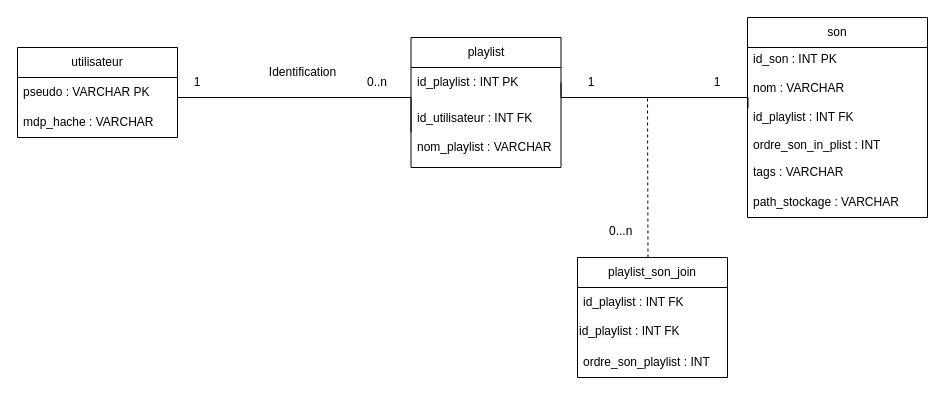
Above: doc/modelisation/DiagrammeBDD_final.drawio.xml in PepitoTSO/Projet-INFO-ENSAI-2A-Gr14 (draw.io), before the change. Source tidied: cells renumbered, new cells numbered last; positions are measured from the earlier drawing's top-left corner, leaving out a move shared by most shapes. Both pictures are drawn from the tidied source at 100%, with x=0, y=0 at pixel (17, 17).
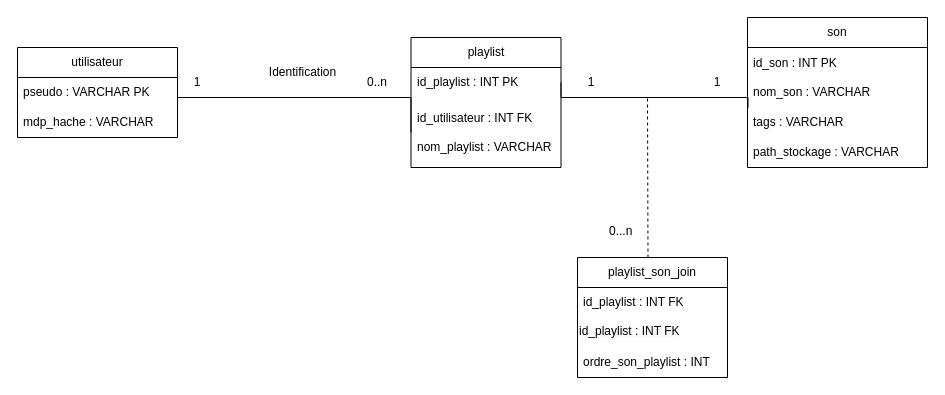
The same diagram, later.

Change to the diagram source:
```diff
@@
     <mxCell id="8" value="son" style="swimlane;fontStyle=0;horizontal=1;startSize=30;whiteSpace=wrap;html=1;" parent="1" vertex="1">
-      <mxGeometry x="730" width="180" height="200" as="geometry" />
+      <mxGeometry x="730" width="180" height="150" as="geometry" />
     </mxCell>
-    <mxCell id="9" value="id_son : INT PK&lt;div&gt;&lt;br&gt;&lt;/div&gt;&lt;div&gt;nom : VARCHAR&lt;/div&gt;&lt;div&gt;&lt;br&gt;&lt;/div&gt;&lt;div&gt;id_playlist : INT FK&lt;br&gt;&lt;br&gt;ordre_son_in_plist : INT&lt;br&gt;&lt;/div&gt;" style="text;strokeColor=none;fillColor=none;align=left;verticalAlign=middle;spacingLeft=4;spacingRight=4;overflow=hidden;whiteSpace=wrap;html=1;" parent="8" vertex="1">
-      <mxGeometry y="30" width="180" height="110" as="geometry" />
+    <mxCell id="9" value="id_son : INT PK&lt;div&gt;&lt;br&gt;&lt;/div&gt;&lt;div&gt;nom_son : VARCHAR&lt;/div&gt;" style="text;strokeColor=none;fillColor=none;align=left;verticalAlign=middle;spacingLeft=4;spacingRight=4;overflow=hidden;whiteSpace=wrap;html=1;" parent="8" vertex="1">
+      <mxGeometry y="30" width="180" height="60" as="geometry" />
     </mxCell>
     <mxCell id="10" value="tags : VARCHAR" style="text;strokeColor=none;fillColor=none;align=left;verticalAlign=middle;spacingLeft=4;spacingRight=4;overflow=hidden;whiteSpace=wrap;html=1;" parent="8" vertex="1">
-      <mxGeometry y="140" width="180" height="30" as="geometry" />
+      <mxGeometry y="90" width="180" height="30" as="geometry" />
     </mxCell>
     <mxCell id="11" value="path_stockage : VARCHAR" style="text;strokeColor=none;fillColor=none;align=left;verticalAlign=middle;spacingLeft=4;spacingRight=4;overflow=hidden;whiteSpace=wrap;html=1;" parent="8" vertex="1">
-      <mxGeometry y="170" width="180" height="30" as="geometry" />
+      <mxGeometry y="120" width="180" height="30" as="geometry" />
     </mxCell>
```
